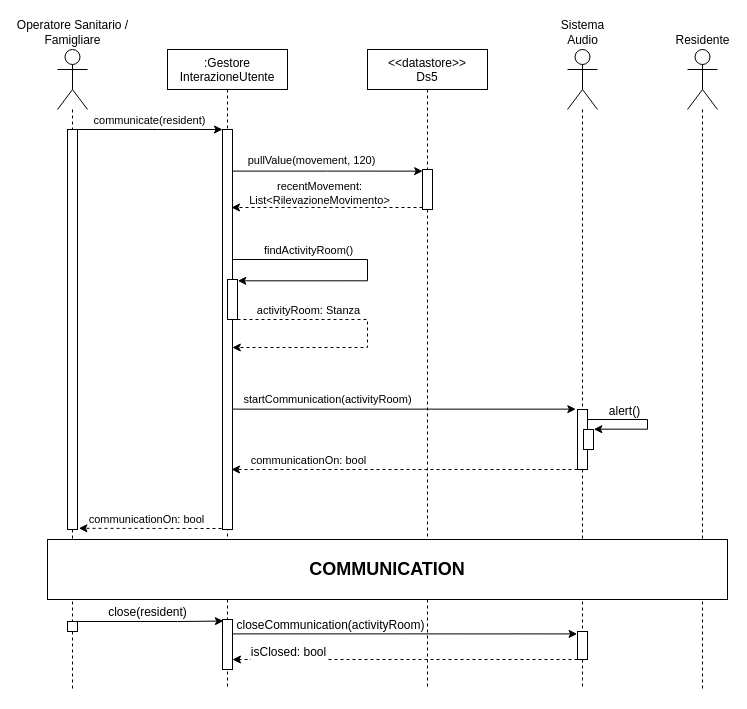
Wonderjack996/unimib-software-architecture keeps this draw.io diagram as page "ComunicazioneResidente" (8 of 8) of Progetto/Diagrammi_Attivita/Sequence.drawio. Above is the earlier version. Source tidied: cells renumbered, new cells numbered last; positions are measured from the earlier drawing's top-left corner, leaving out a move shared by most shapes. Both pictures are drawn from the tidied source at 100%, with x=0, y=0 at pixel (47, 49).
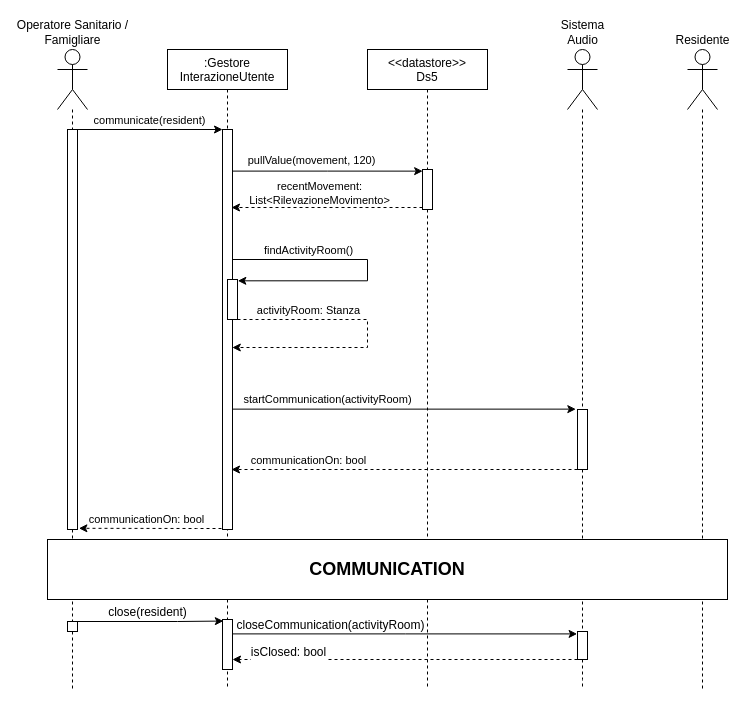
The same page after the edit.

Unchanged cells that the change refers to:
```xml
<mxCell id="28" style="points=[];perimeter=orthogonalPerimeter;rounded=0;shadow=0;strokeWidth=1;" parent="1" vertex="1">
  <mxGeometry x="530" y="360" width="10" height="60" as="geometry" />
</mxCell>
```

Diff of the diagram source:
```diff
@@
-    <mxCell id="26" style="edgeStyle=orthogonalEdgeStyle;rounded=0;jettySize=auto;html=1;entryX=1.033;entryY=-0.017;entryDx=0;entryDy=0;entryPerimeter=0;strokeWidth=1;fontSize=12;endArrow=classic;endFill=1;" parent="1" edge="1" source="28" target="46">
-      <mxGeometry relative="1" as="geometry">
-        <Array as="points">
-          <mxPoint x="600" y="370" />
-          <mxPoint x="600" y="380" />
-        </Array>
-      </mxGeometry>
-    </mxCell>
-    <mxCell id="27" value="alert()" style="edgeLabel;html=1;align=center;verticalAlign=middle;fontSize=12;" parent="26" vertex="1">
-      <mxGeometry x="-0.42" relative="1" as="geometry">
-        <mxPoint y="-9" as="offset" />
-      </mxGeometry>
-    </mxCell>
@@
-    <mxCell id="46" style="points=[];perimeter=orthogonalPerimeter;rounded=0;shadow=0;strokeWidth=1;" parent="1" vertex="1">
-      <mxGeometry x="536" y="380" width="10" height="20" as="geometry" />
-    </mxCell>
```
